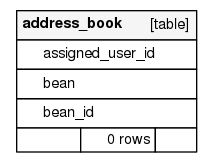
Above: static/schema/diagrams/orphans/address_book.1degree.png in yogeshbhade20/SuiteDocs (Graphviz), before the change. Its source is kept beside it as static/schema/diagrams/orphans/address_book.1degree.dot. The source it was exported from:
```dot
digraph "address_book" {
  graph [
    rankdir="RL"
    bgcolor="#ffffff"
    nodesep="0.18"
    ranksep="0.46"
    fontname="Helvetica"
    fontsize="11"
    ration="compress"
  ];
  node [
    fontname="Helvetica"
    fontsize="11"
    shape="plaintext"
  ];
  edge [
    arrowsize="0.8"
  ];
  "address_book" [
   label=<
    <TABLE BORDER="0" CELLBORDER="1" CELLSPACING="0" BGCOLOR="#ffffff">
      <TR><TD COLSPAN="3"  BGCOLOR="#f5f5f5"><TABLE BORDER="0" CELLSPACING="0"><TR><TD ALIGN="LEFT"><B>address_book</B></TD><TD ALIGN="RIGHT">[table]</TD></TR></TABLE></TD></TR>
      <TR><TD PORT="assigned_user_id" COLSPAN="3" BGCOLOR="#ffffff" ALIGN="LEFT"><TABLE BORDER="0" CELLSPACING="0" ALIGN="LEFT"><TR ALIGN="LEFT"><TD ALIGN="LEFT" FIXEDSIZE="TRUE" WIDTH="15" HEIGHT="16"></TD><TD ALIGN="LEFT" FIXEDSIZE="TRUE" WIDTH="114" HEIGHT="16">assigned_user_id</TD></TR></TABLE></TD></TR>
      <TR><TD PORT="bean" COLSPAN="3" BGCOLOR="#ffffff" ALIGN="LEFT"><TABLE BORDER="0" CELLSPACING="0" ALIGN="LEFT"><TR ALIGN="LEFT"><TD ALIGN="LEFT" FIXEDSIZE="TRUE" WIDTH="15" HEIGHT="16"></TD><TD ALIGN="LEFT" FIXEDSIZE="TRUE" WIDTH="114" HEIGHT="16">bean</TD></TR></TABLE></TD></TR>
      <TR><TD PORT="bean_id" COLSPAN="3" ALIGN="LEFT"><TABLE BORDER="0" CELLSPACING="0" ALIGN="LEFT"><TR ALIGN="LEFT"><TD ALIGN="LEFT" FIXEDSIZE="TRUE" WIDTH="15" HEIGHT="16"></TD><TD ALIGN="LEFT" FIXEDSIZE="TRUE" WIDTH="114" HEIGHT="16">bean_id</TD></TR></TABLE></TD></TR>
      <TR><TD ALIGN="LEFT" BGCOLOR="#ffffff">  </TD><TD ALIGN="RIGHT" BGCOLOR="#ffffff">0 rows</TD><TD ALIGN="RIGHT" BGCOLOR="#ffffff">  </TD></TR>
    </TABLE>>
    URL="tables/address_book.html"
    tooltip="address_book"
  ];
}
```
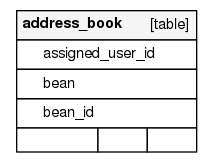
The same diagram one commit later.

What changed in the source:
```diff
@@ -23,7 +23,7 @@
       <TR><TD PORT="assigned_user_id" COLSPAN="3" BGCOLOR="#ffffff" ALIGN="LEFT"><TABLE BORDER="0" CELLSPACING="0" ALIGN="LEFT"><TR ALIGN="LEFT"><TD ALIGN="LEFT" FIXEDSIZE="TRUE" WIDTH="15" HEIGHT="16"></TD><TD ALIGN="LEFT" FIXEDSIZE="TRUE" WIDTH="114" HEIGHT="16">assigned_user_id</TD></TR></TABLE></TD></TR>
       <TR><TD PORT="bean" COLSPAN="3" BGCOLOR="#ffffff" ALIGN="LEFT"><TABLE BORDER="0" CELLSPACING="0" ALIGN="LEFT"><TR ALIGN="LEFT"><TD ALIGN="LEFT" FIXEDSIZE="TRUE" WIDTH="15" HEIGHT="16"></TD><TD ALIGN="LEFT" FIXEDSIZE="TRUE" WIDTH="114" HEIGHT="16">bean</TD></TR></TABLE></TD></TR>
       <TR><TD PORT="bean_id" COLSPAN="3" ALIGN="LEFT"><TABLE BORDER="0" CELLSPACING="0" ALIGN="LEFT"><TR ALIGN="LEFT"><TD ALIGN="LEFT" FIXEDSIZE="TRUE" WIDTH="15" HEIGHT="16"></TD><TD ALIGN="LEFT" FIXEDSIZE="TRUE" WIDTH="114" HEIGHT="16">bean_id</TD></TR></TABLE></TD></TR>
-      <TR><TD ALIGN="LEFT" BGCOLOR="#ffffff">  </TD><TD ALIGN="RIGHT" BGCOLOR="#ffffff">0 rows</TD><TD ALIGN="RIGHT" BGCOLOR="#ffffff">  </TD></TR>
+      <TR><TD ALIGN="LEFT" BGCOLOR="#ffffff">  </TD><TD ALIGN="RIGHT" BGCOLOR="#ffffff">  </TD><TD ALIGN="RIGHT" BGCOLOR="#ffffff">  </TD></TR>
     </TABLE>>
     URL="tables/address_book.html"
     tooltip="address_book"
```
